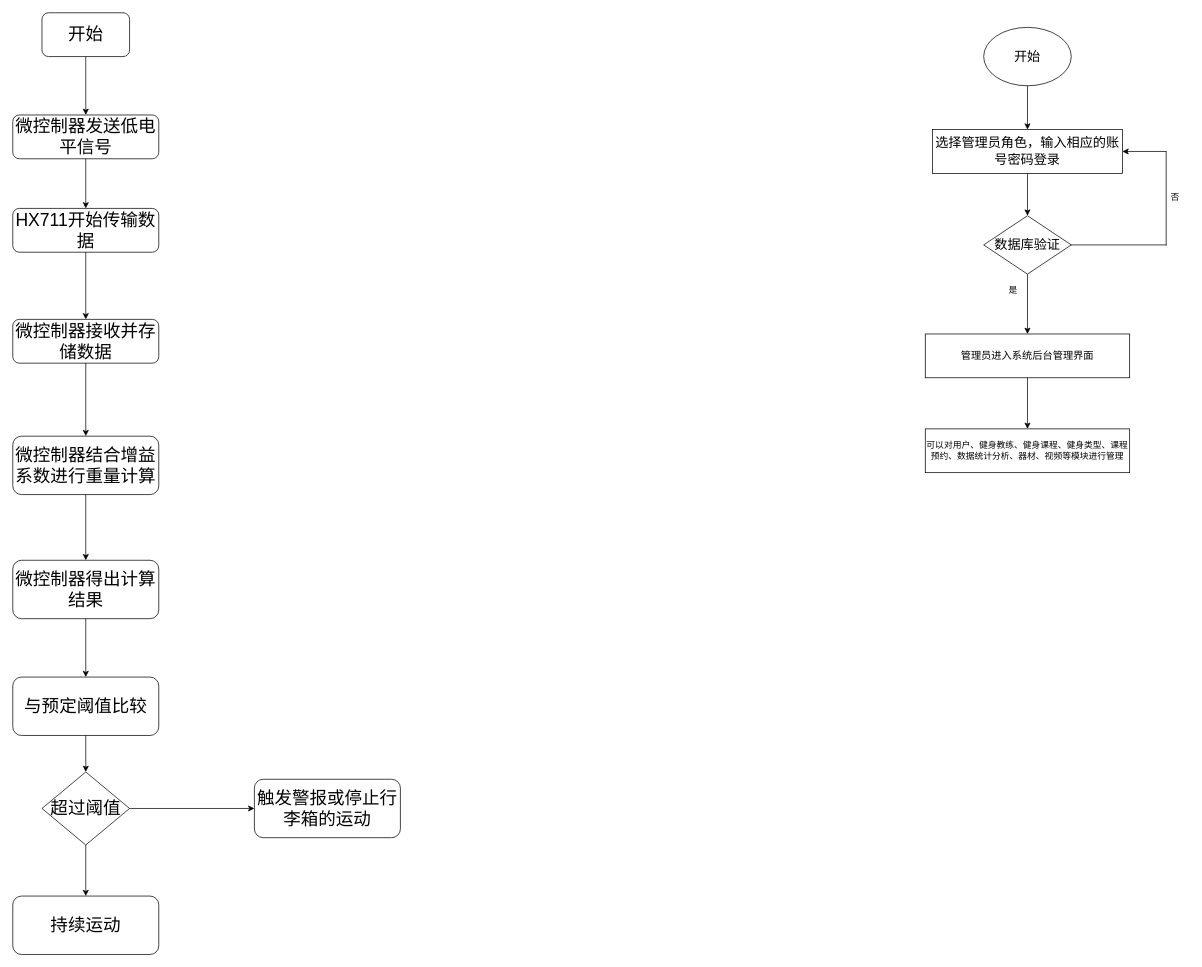
000Ljx/Endorphins keeps this draw.io diagram as 整体ER图.drawio. Above is the earlier version. Source tidied: cells renumbered, new cells numbered last; positions are measured from the earlier drawing's top-left corner, leaving out a move shared by most shapes. Both pictures are drawn from the tidied source at 73%, with x=0, y=0 at pixel (12, 12).
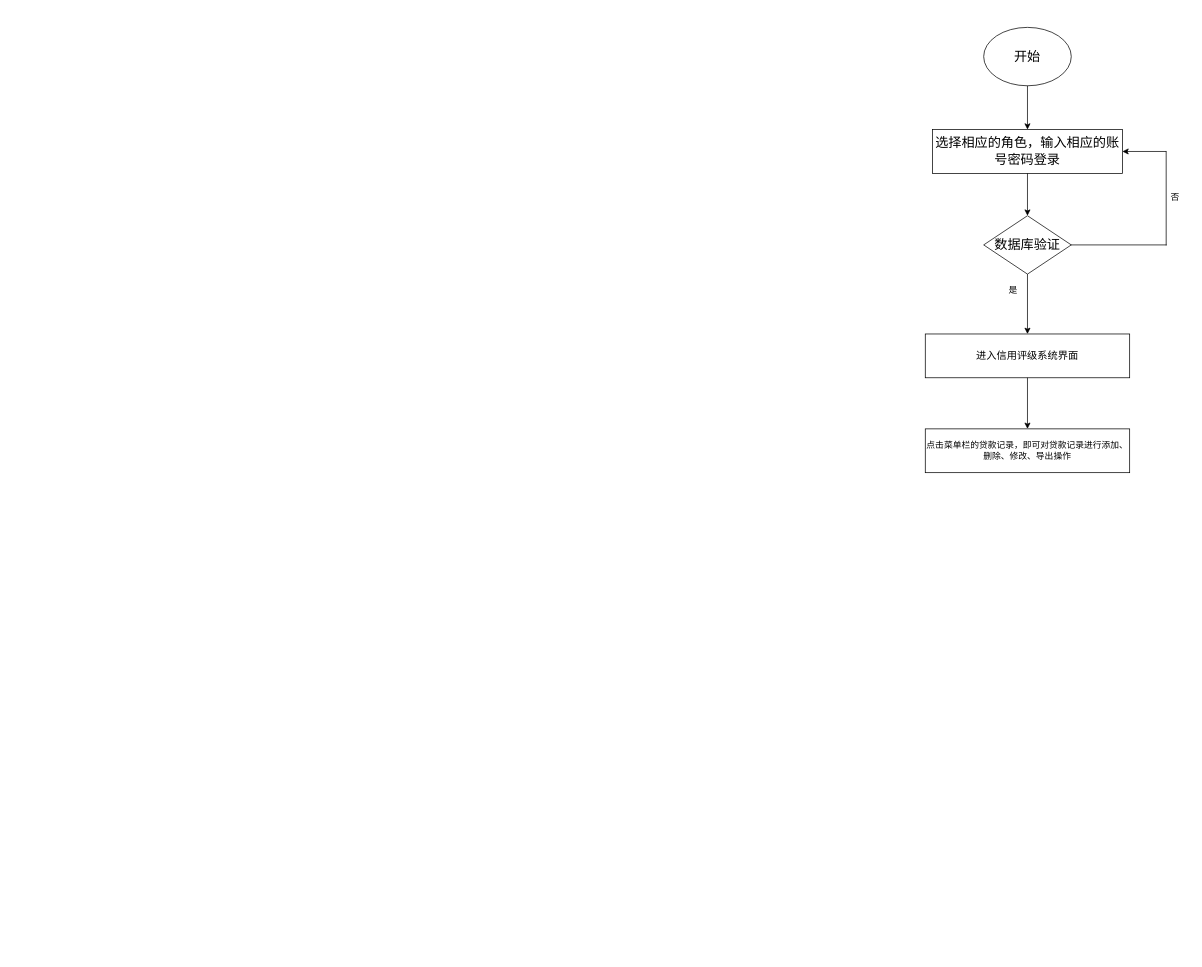
Above is the later version.

Commit message:
更新整体ER图.drawio

Change to the diagram source:
```diff
@@
-    <mxCell id="3" value="&lt;font style=&quot;font-size: 18px;&quot;&gt;选择管理员角色，输入相应的账号密码登录&lt;/font&gt;" style="rounded=0;whiteSpace=wrap;html=1;" parent="1" vertex="1">
+    <mxCell id="3" value="&lt;font style=&quot;font-size: 18px;&quot;&gt;选择相应的角色，输入相应的账号密码登录&lt;/font&gt;" style="rounded=0;whiteSpace=wrap;html=1;" parent="1" vertex="1">
       <mxGeometry x="1260" y="160" width="260" height="60" as="geometry" />
     </mxCell>
@@
-    <mxCell id="12" value="&lt;span style=&quot;font-size: 14px;&quot;&gt;管理员进入系统后台管理界面&lt;/span&gt;" style="rounded=0;whiteSpace=wrap;html=1;" parent="1" vertex="1">
+    <mxCell id="12" value="&lt;span style=&quot;font-size: 14px;&quot;&gt;进入信用评级系统界面&lt;/span&gt;" style="rounded=0;whiteSpace=wrap;html=1;" parent="1" vertex="1">
       <mxGeometry x="1250" y="440" width="280" height="60" as="geometry" />
     </mxCell>
@@
-    <mxCell id="14" value="可以对用户、健身教练、健身课程、健身类型、课程预约、数据统计分析、器材、视频等模块进行管理" style="rounded=0;whiteSpace=wrap;html=1;" parent="1" vertex="1">
+    <mxCell id="14" value="点击菜单栏的贷款记录，即可对贷款记录进行添加、删除、修改、导出操作" style="rounded=0;whiteSpace=wrap;html=1;" parent="1" vertex="1">
       <mxGeometry x="1250" y="570" width="280" height="60" as="geometry" />
     </mxCell>
-    <mxCell id="15" value="&lt;font style=&quot;font-size: 24px;&quot;&gt;开始&lt;/font&gt;" style="rounded=1;whiteSpace=wrap;html=1;" parent="1" vertex="1">
-      <mxGeometry x="40" width="120" height="60" as="geometry" />
-    </mxCell>
-    <mxCell id="16" value="&lt;font style=&quot;font-size: 24px;&quot;&gt;微控制器发送低电平信号&lt;/font&gt;" style="rounded=1;whiteSpace=wrap;html=1;" parent="1" vertex="1">
-      <mxGeometry y="140" width="200" height="60" as="geometry" />
-    </mxCell>
-    <mxCell id="17" value="&lt;font style=&quot;font-size: 24px;&quot;&gt;HX711开始传输数据&lt;/font&gt;" style="rounded=1;whiteSpace=wrap;html=1;" parent="1" vertex="1">
-      <mxGeometry y="268" width="200" height="60" as="geometry" />
-    </mxCell>
-    <mxCell id="18" value="&lt;font style=&quot;font-size: 24px;&quot;&gt;微控制器接收并存储数据&lt;/font&gt;" style="rounded=1;whiteSpace=wrap;html=1;" parent="1" vertex="1">
-      <mxGeometry y="420" width="200" height="60" as="geometry" />
-    </mxCell>
-    <mxCell id="19" value="&lt;font style=&quot;font-size: 24px;&quot;&gt;微控制器结合增益系数进行重量计算&lt;/font&gt;" style="rounded=1;whiteSpace=wrap;html=1;" parent="1" vertex="1">
-      <mxGeometry y="580" width="200" height="80" as="geometry" />
-    </mxCell>
-    <mxCell id="20" value="&lt;span style=&quot;font-size: 24px;&quot;&gt;微控制器得出计算结果&lt;/span&gt;" style="rounded=1;whiteSpace=wrap;html=1;" parent="1" vertex="1">
-      <mxGeometry y="750" width="200" height="80" as="geometry" />
-    </mxCell>
-    <mxCell id="21" value="&lt;span style=&quot;font-size: 24px;&quot;&gt;与预定阈值比较&lt;/span&gt;" style="rounded=1;whiteSpace=wrap;html=1;" parent="1" vertex="1">
-      <mxGeometry y="910" width="200" height="80" as="geometry" />
-    </mxCell>
-    <mxCell id="22" value="&lt;span style=&quot;font-size: 24px;&quot;&gt;持续运动&lt;/span&gt;" style="rounded=1;whiteSpace=wrap;html=1;" parent="1" vertex="1">
-      <mxGeometry y="1210" width="200" height="80" as="geometry" />
-    </mxCell>
-    <mxCell id="23" value="&lt;font style=&quot;font-size: 24px;&quot;&gt;超过阈值&lt;/font&gt;" style="rhombus;whiteSpace=wrap;html=1;" parent="1" vertex="1">
-      <mxGeometry x="40" y="1040" width="120" height="100" as="geometry" />
-    </mxCell>
-    <mxCell id="24" value="&lt;span style=&quot;font-size: 24px;&quot;&gt;触发警报或停止行李箱的运动&lt;/span&gt;" style="rounded=1;whiteSpace=wrap;html=1;" parent="1" vertex="1">
-      <mxGeometry x="331" y="1050" width="200" height="80" as="geometry" />
-    </mxCell>
-    <mxCell id="25" style="endArrow=classic;html=1;rounded=0;exitX=0.5;exitY=1;exitDx=0;exitDy=0;entryX=0.5;entryY=0;entryDx=0;entryDy=0;" parent="1" edge="1" source="15" target="16">
-      <mxGeometry relative="1" as="geometry" />
-    </mxCell>
-    <mxCell id="26" style="endArrow=classic;html=1;rounded=0;exitX=0.5;exitY=1;exitDx=0;exitDy=0;entryX=0.5;entryY=0;entryDx=0;entryDy=0;" parent="1" edge="1" source="16" target="17">
-      <mxGeometry relative="1" as="geometry" />
-    </mxCell>
-    <mxCell id="27" style="endArrow=classic;html=1;rounded=0;exitX=0.5;exitY=1;exitDx=0;exitDy=0;entryX=0.5;entryY=0;entryDx=0;entryDy=0;" parent="1" edge="1" source="17" target="18">
-      <mxGeometry relative="1" as="geometry" />
-    </mxCell>
-    <mxCell id="28" style="endArrow=classic;html=1;rounded=0;exitX=0.5;exitY=1;exitDx=0;exitDy=0;entryX=0.5;entryY=0;entryDx=0;entryDy=0;" parent="1" edge="1" source="18" target="19">
-      <mxGeometry relative="1" as="geometry" />
-    </mxCell>
-    <mxCell id="29" style="endArrow=classic;html=1;rounded=0;exitX=0.5;exitY=1;exitDx=0;exitDy=0;entryX=0.5;entryY=0;entryDx=0;entryDy=0;" parent="1" edge="1" source="19" target="20">
-      <mxGeometry relative="1" as="geometry" />
-    </mxCell>
-    <mxCell id="30" style="endArrow=classic;html=1;rounded=0;exitX=0.5;exitY=1;exitDx=0;exitDy=0;entryX=0.5;entryY=0;entryDx=0;entryDy=0;" parent="1" edge="1" source="20" target="21">
-      <mxGeometry relative="1" as="geometry" />
-    </mxCell>
-    <mxCell id="31" style="endArrow=classic;html=1;rounded=0;exitX=0.5;exitY=1;exitDx=0;exitDy=0;entryX=0.5;entryY=0;entryDx=0;entryDy=0;" parent="1" edge="1" source="21" target="23">
-      <mxGeometry relative="1" as="geometry" />
-    </mxCell>
-    <mxCell id="32" style="endArrow=classic;html=1;rounded=0;exitX=0.5;exitY=1;exitDx=0;exitDy=0;entryX=0.5;entryY=0;entryDx=0;entryDy=0;" parent="1" edge="1" source="23" target="22">
-      <mxGeometry relative="1" as="geometry" />
-    </mxCell>
-    <mxCell id="33" style="endArrow=classic;html=1;rounded=0;exitX=1;exitY=0.5;exitDx=0;exitDy=0;entryX=0;entryY=0.5;entryDx=0;entryDy=0;" parent="1" edge="1" source="23" target="24">
-      <mxGeometry relative="1" as="geometry" />
-    </mxCell>
```
